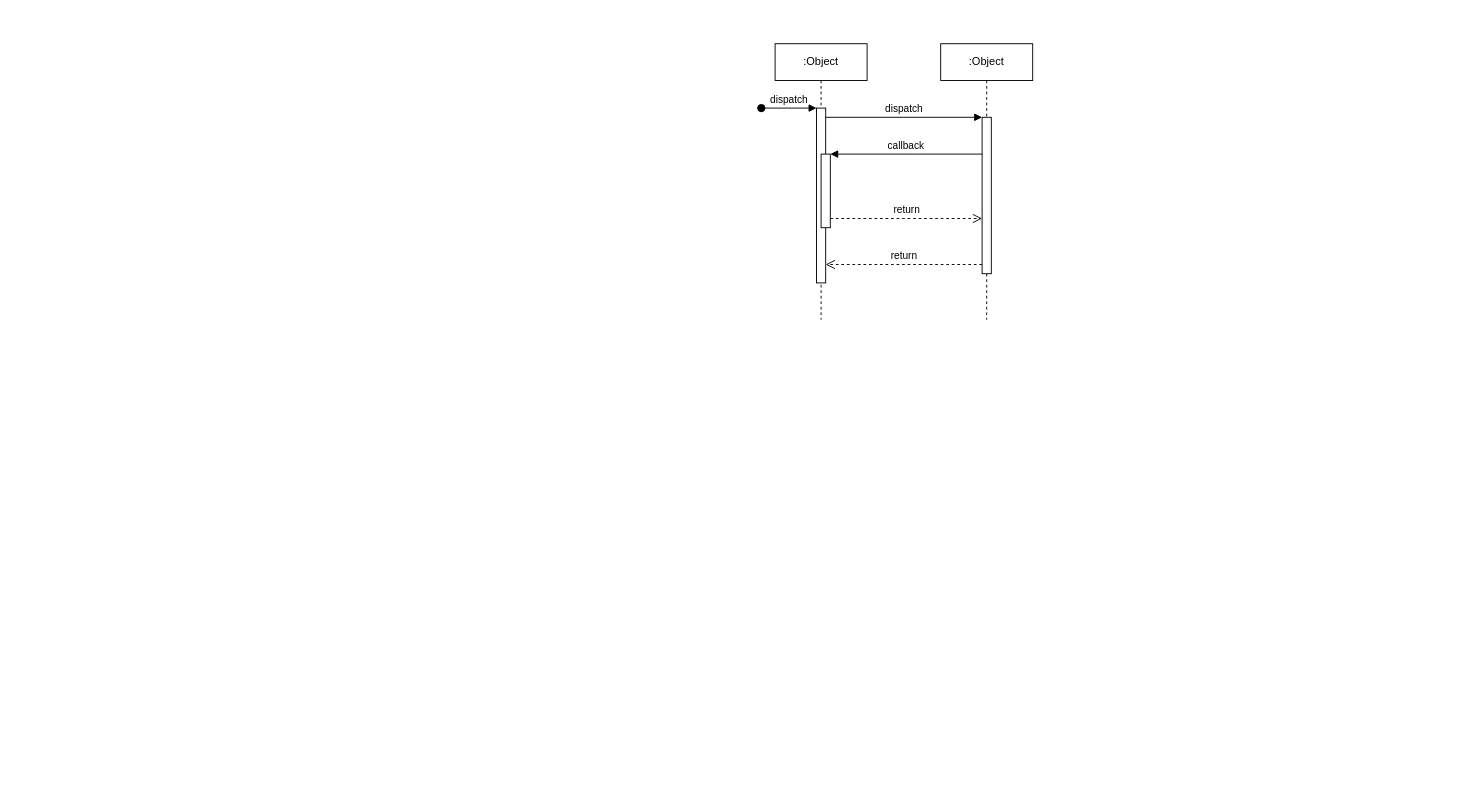
Above: Sequenced.drawio in sdthalagahawatte/Group-33-marketing-app (draw.io), before the change. Source tidied: cells renumbered, new cells numbered last; positions are measured from the earlier drawing's top-left corner, leaving out a move shared by most shapes. Both pictures are drawn from the tidied source at 92%, with x=0, y=0 at pixel (761, 43).
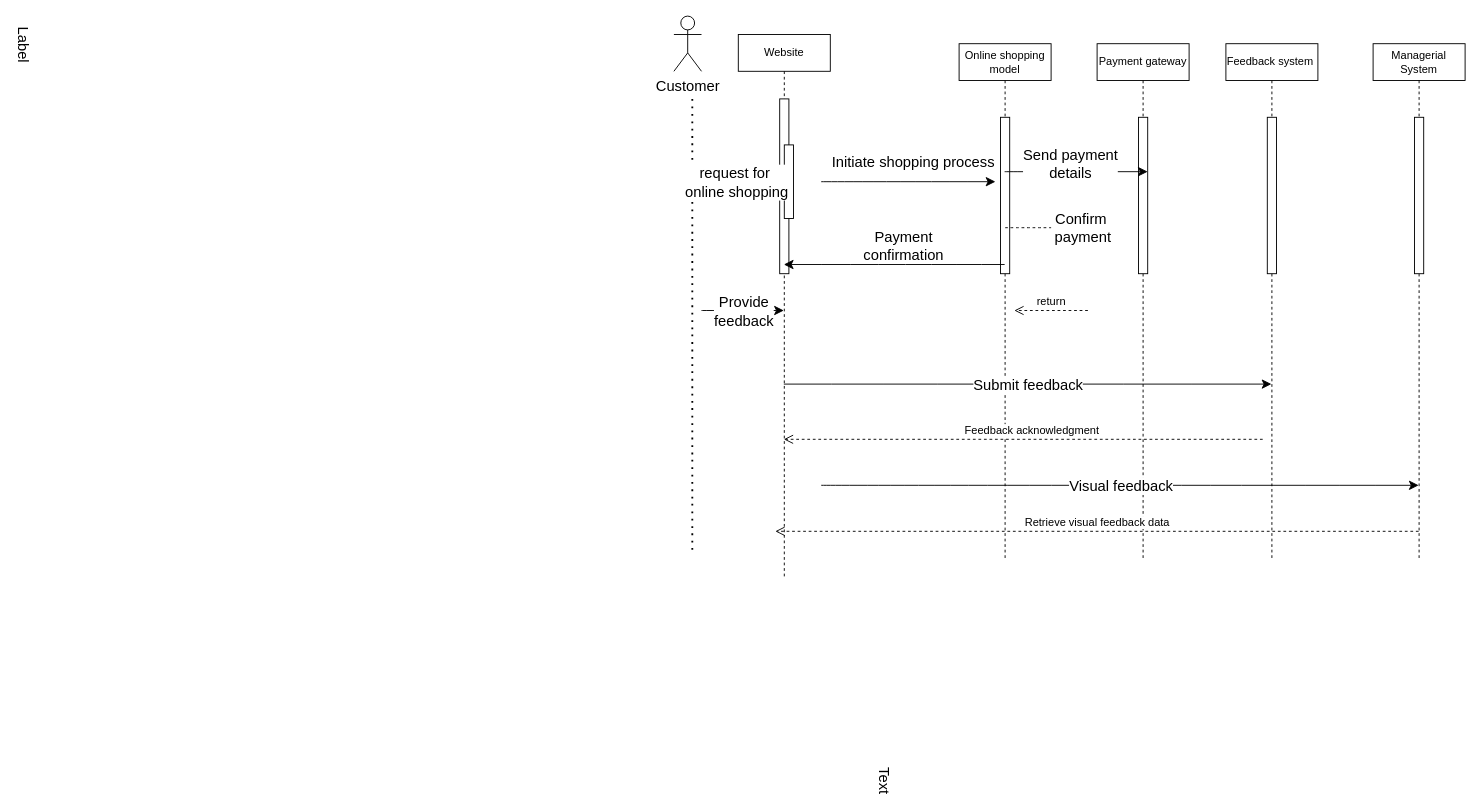
The same page after the edit.

Unchanged cells that the change refers to:
```xml
<mxCell id="3" style="html=1;points=[];perimeter=orthogonalPerimeter;outlineConnect=0;targetShapes=umlLifeline;portConstraint=eastwest;newEdgeStyle={&quot;edgeStyle&quot;:&quot;elbowEdgeStyle&quot;,&quot;elbow&quot;:&quot;vertical&quot;,&quot;curved&quot;:0,&quot;rounded&quot;:0};" parent="2" vertex="1">
  <mxGeometry x="45" y="70" width="10" height="190" as="geometry" />
</mxCell>
<mxCell id="5" style="html=1;points=[];perimeter=orthogonalPerimeter;outlineConnect=0;targetShapes=umlLifeline;portConstraint=eastwest;newEdgeStyle={&quot;edgeStyle&quot;:&quot;elbowEdgeStyle&quot;,&quot;elbow&quot;:&quot;vertical&quot;,&quot;curved&quot;:0,&quot;rounded&quot;:0};" parent="2" vertex="1">
  <mxGeometry x="50" y="120" width="10" height="80" as="geometry" />
</mxCell>
<mxCell id="7" style="html=1;points=[];perimeter=orthogonalPerimeter;outlineConnect=0;targetShapes=umlLifeline;portConstraint=eastwest;newEdgeStyle={&quot;edgeStyle&quot;:&quot;elbowEdgeStyle&quot;,&quot;elbow&quot;:&quot;vertical&quot;,&quot;curved&quot;:0,&quot;rounded&quot;:0};" parent="6" vertex="1">
  <mxGeometry x="45" y="80" width="10" height="170" as="geometry" />
</mxCell>
```

The edit, as a diff of the source:
```diff
@@
-    <mxCell id="2" value=":Object" style="shape=umlLifeline;perimeter=lifelinePerimeter;whiteSpace=wrap;html=1;outlineConnect=0;portConstraint=eastwest;newEdgeStyle={&quot;edgeStyle&quot;:&quot;elbowEdgeStyle&quot;,&quot;elbow&quot;:&quot;vertical&quot;,&quot;curved&quot;:0,&quot;rounded&quot;:0};" parent="1" vertex="1">
-      <mxGeometry x="15" width="100" height="300" as="geometry" />
+    <mxCell id="2" value="Website" style="shape=umlLifeline;perimeter=lifelinePerimeter;whiteSpace=wrap;html=1;outlineConnect=0;portConstraint=eastwest;newEdgeStyle={&quot;edgeStyle&quot;:&quot;elbowEdgeStyle&quot;,&quot;elbow&quot;:&quot;vertical&quot;,&quot;curved&quot;:0,&quot;rounded&quot;:0};" parent="1" vertex="1">
+      <mxGeometry x="-25" y="-10" width="100" height="590" as="geometry" />
     </mxCell>
@@
-    <mxCell id="4" value="dispatch" style="html=1;verticalAlign=bottom;startArrow=oval;endArrow=block;startSize=8;edgeStyle=elbowEdgeStyle;elbow=vertical;curved=0;rounded=0;" parent="2" edge="1" target="3">
-      <mxGeometry relative="1" as="geometry">
-        <mxPoint x="-15" y="70" as="sourcePoint" />
-      </mxGeometry>
-    </mxCell>
@@
-    <mxCell id="6" value=":Object" style="shape=umlLifeline;perimeter=lifelinePerimeter;whiteSpace=wrap;html=1;outlineConnect=0;portConstraint=eastwest;newEdgeStyle={&quot;edgeStyle&quot;:&quot;elbowEdgeStyle&quot;,&quot;elbow&quot;:&quot;vertical&quot;,&quot;curved&quot;:0,&quot;rounded&quot;:0};" parent="1" vertex="1">
-      <mxGeometry x="195" width="100" height="300" as="geometry" />
+    <mxCell id="6" value="Online shopping model" style="shape=umlLifeline;perimeter=lifelinePerimeter;whiteSpace=wrap;html=1;outlineConnect=0;portConstraint=eastwest;newEdgeStyle={&quot;edgeStyle&quot;:&quot;elbowEdgeStyle&quot;,&quot;elbow&quot;:&quot;vertical&quot;,&quot;curved&quot;:0,&quot;rounded&quot;:0};" parent="1" vertex="1">
+      <mxGeometry x="215" width="100" height="560" as="geometry" />
     </mxCell>
@@
-    <mxCell id="8" value="dispatch" style="html=1;verticalAlign=bottom;endArrow=block;edgeStyle=elbowEdgeStyle;elbow=vertical;curved=0;rounded=0;" parent="1" edge="1" source="3" target="7">
-      <mxGeometry relative="1" as="geometry">
-        <Array as="points">
-          <mxPoint x="155" y="80" />
-        </Array>
-      </mxGeometry>
-    </mxCell>
-    <mxCell id="9" value="return" style="html=1;verticalAlign=bottom;endArrow=open;dashed=1;endSize=8;edgeStyle=elbowEdgeStyle;elbow=vertical;curved=0;rounded=0;" parent="1" edge="1" source="7" target="3">
-      <mxGeometry relative="1" as="geometry">
-        <Array as="points">
-          <mxPoint x="165" y="240" />
-        </Array>
-      </mxGeometry>
-    </mxCell>
-    <mxCell id="10" value="callback" style="html=1;verticalAlign=bottom;endArrow=block;edgeStyle=elbowEdgeStyle;elbow=vertical;curved=0;rounded=0;" parent="1" edge="1" source="7" target="5">
-      <mxGeometry relative="1" as="geometry">
-        <Array as="points">
-          <mxPoint x="165" y="120" />
-        </Array>
-      </mxGeometry>
-    </mxCell>
-    <mxCell id="11" value="return" style="html=1;verticalAlign=bottom;endArrow=open;dashed=1;endSize=8;edgeStyle=elbowEdgeStyle;elbow=vertical;curved=0;rounded=0;" parent="1" edge="1" source="5" target="7">
-      <mxGeometry relative="1" as="geometry">
-        <Array as="points">
-          <mxPoint x="155" y="190" />
-        </Array>
-      </mxGeometry>
-    </mxCell>
+    <mxCell id="12" value="Customer" style="shape=umlActor;verticalLabelPosition=bottom;verticalAlign=top;html=1;fontSize=16;" parent="1" vertex="1">
+      <mxGeometry x="-95" y="-30" width="30" height="60" as="geometry" />
+    </mxCell>
+    <mxCell id="13" value="Payment gateway" style="shape=umlLifeline;perimeter=lifelinePerimeter;whiteSpace=wrap;html=1;newEdgeStyle={&quot;edgeStyle&quot;:&quot;elbowEdgeStyle&quot;,&quot;elbow&quot;:&quot;vertical&quot;,&quot;curved&quot;:0,&quot;rounded&quot;:0};" parent="1" vertex="1">
+      <mxGeometry x="365" width="100" height="560" as="geometry" />
+    </mxCell>
+    <mxCell id="14" style="html=1;perimeter=orthogonalPerimeter;targetShapes=umlLifeline;newEdgeStyle={&quot;edgeStyle&quot;:&quot;elbowEdgeStyle&quot;,&quot;elbow&quot;:&quot;vertical&quot;,&quot;curved&quot;:0,&quot;rounded&quot;:0};" parent="13" vertex="1">
+      <mxGeometry x="45" y="80" width="10" height="170" as="geometry" />
+    </mxCell>
+    <mxCell id="15" value="Feedback system&amp;nbsp;" style="shape=umlLifeline;perimeter=lifelinePerimeter;whiteSpace=wrap;html=1;outlineConnect=0;portConstraint=eastwest;newEdgeStyle={&quot;edgeStyle&quot;:&quot;elbowEdgeStyle&quot;,&quot;elbow&quot;:&quot;vertical&quot;,&quot;curved&quot;:0,&quot;rounded&quot;:0};" parent="1" vertex="1">
+      <mxGeometry x="505" width="100" height="560" as="geometry" />
+    </mxCell>
+    <mxCell id="16" style="html=1;perimeter=orthogonalPerimeter;targetShapes=umlLifeline;newEdgeStyle={&quot;edgeStyle&quot;:&quot;elbowEdgeStyle&quot;,&quot;elbow&quot;:&quot;vertical&quot;,&quot;curved&quot;:0,&quot;rounded&quot;:0};" parent="15" vertex="1">
+      <mxGeometry x="45" y="80" width="10" height="170" as="geometry" />
+    </mxCell>
+    <mxCell id="17" value="Managerial&lt;br&gt;System" style="shape=umlLifeline;perimeter=lifelinePerimeter;whiteSpace=wrap;html=1;outlineConnect=0;portConstraint=eastwest;newEdgeStyle={&quot;edgeStyle&quot;:&quot;elbowEdgeStyle&quot;,&quot;elbow&quot;:&quot;vertical&quot;,&quot;curved&quot;:0,&quot;rounded&quot;:0};" parent="1" vertex="1">
+      <mxGeometry x="665" width="100" height="560" as="geometry" />
+    </mxCell>
+    <mxCell id="18" style="html=1;perimeter=orthogonalPerimeter;targetShapes=umlLifeline;newEdgeStyle={&quot;edgeStyle&quot;:&quot;elbowEdgeStyle&quot;,&quot;elbow&quot;:&quot;vertical&quot;,&quot;curved&quot;:0,&quot;rounded&quot;:0};" parent="17" vertex="1">
+      <mxGeometry x="45" y="80" width="10" height="170" as="geometry" />
+    </mxCell>
+    <mxCell id="19" style="endArrow=none;dashed=1;html=1;dashPattern=1 3;strokeWidth=2;rounded=0;fontSize=12;startSize=8;endSize=8;curved=1;" parent="1" edge="1">
+      <mxGeometry relative="1" as="geometry">
+        <mxPoint x="-75" y="550" as="sourcePoint" />
+        <mxPoint x="-75" y="60" as="targetPoint" />
+      </mxGeometry>
+    </mxCell>
+    <mxCell id="20" value="Text" style="edgeLabel;html=1;align=center;verticalAlign=middle;fontSize=16;rotation=90;" parent="19" vertex="1">
+      <mxGeometry x="-1" y="-14" relative="1" as="geometry">
+        <mxPoint x="196" y="250" as="offset" />
+      </mxGeometry>
+    </mxCell>
+    <mxCell id="21" style="endArrow=classic;html=1;rounded=0;fontSize=12;startSize=8;endSize=8;curved=1;" parent="1" edge="1">
+      <mxGeometry relative="1" as="geometry">
+        <mxPoint x="65" y="150" as="sourcePoint" />
+        <mxPoint x="254.5" y="150" as="targetPoint" />
+      </mxGeometry>
+    </mxCell>
+    <mxCell id="22" value="Label" style="edgeLabel;html=1;align=center;verticalAlign=middle;fontSize=16;rotation=90;" parent="21" vertex="1">
+      <mxGeometry relative="1" as="geometry">
+        <mxPoint x="-960" y="-150" as="offset" />
+      </mxGeometry>
+    </mxCell>
+    <mxCell id="23" value="Initiate shopping process" style="edgeLabel;html=1;align=left;verticalAlign=bottom;fontSize=16;" parent="21" vertex="1">
+      <mxGeometry x="-1" relative="1" as="geometry">
+        <mxPoint x="10" y="-10" as="offset" />
+      </mxGeometry>
+    </mxCell>
+    <mxCell id="24" style="endArrow=classic;html=1;rounded=0;fontSize=12;startSize=8;endSize=8;curved=1;" parent="1" edge="1" target="2">
+      <mxGeometry relative="1" as="geometry">
+        <mxPoint x="-85" y="150" as="sourcePoint" />
+      </mxGeometry>
+    </mxCell>
+    <mxCell id="25" value="request for&lt;br&gt;&amp;nbsp;online shopping" style="edgeLabel;html=1;align=center;verticalAlign=middle;fontSize=16;" parent="24" vertex="1">
+      <mxGeometry relative="1" as="geometry" />
+    </mxCell>
+    <mxCell id="26" style="endArrow=classic;html=1;rounded=0;fontSize=12;startSize=8;endSize=8;curved=1;" parent="1" edge="1" source="6">
+      <mxGeometry relative="1" as="geometry">
+        <mxPoint x="420" y="139.1" as="targetPoint" />
+      </mxGeometry>
+    </mxCell>
+    <mxCell id="27" value="Send payment &lt;br&gt;details" style="edgeLabel;html=1;align=center;verticalAlign=middle;fontSize=16;" parent="26" vertex="1">
+      <mxGeometry relative="1" as="geometry">
+        <mxPoint x="-7" y="-9" as="offset" />
+      </mxGeometry>
+    </mxCell>
+    <mxCell id="28" style="endArrow=none;dashed=1;html=1;rounded=0;fontSize=12;startSize=8;endSize=8;curved=1;" parent="1" edge="1" target="29">
+      <mxGeometry relative="1" as="geometry">
+        <mxPoint x="265" y="200" as="sourcePoint" />
+      </mxGeometry>
+    </mxCell>
+    <mxCell id="29" value="Confirm&amp;nbsp; payment" style="text;strokeColor=none;fillColor=none;html=1;align=center;verticalAlign=middle;whiteSpace=wrap;rounded=0;fontSize=16;" parent="1" vertex="1">
+      <mxGeometry x="315" y="190" width="70" height="20" as="geometry" />
+    </mxCell>
+    <mxCell id="30" style="endArrow=classic;html=1;rounded=0;fontSize=12;startSize=8;endSize=8;curved=1;" parent="1" edge="1" source="6" target="2">
+      <mxGeometry relative="1" as="geometry">
+        <Array as="points">
+          <mxPoint x="165" y="240" />
+        </Array>
+      </mxGeometry>
+    </mxCell>
+    <mxCell id="31" value="Payment confirmation" style="text;strokeColor=none;fillColor=none;html=1;align=center;verticalAlign=middle;whiteSpace=wrap;rounded=0;fontSize=16;" parent="1" vertex="1">
+      <mxGeometry x="125" y="200" width="60" height="40" as="geometry" />
+    </mxCell>
+    <mxCell id="32" style="endArrow=classic;html=1;rounded=0;fontSize=12;startSize=8;endSize=8;curved=1;" parent="1" edge="1" target="2">
+      <mxGeometry relative="1" as="geometry">
+        <mxPoint x="-65" y="290" as="sourcePoint" />
+      </mxGeometry>
+    </mxCell>
+    <mxCell id="33" value="Provide &lt;br&gt;feedback" style="edgeLabel;html=1;align=center;verticalAlign=middle;fontSize=16;" parent="32" vertex="1">
+      <mxGeometry relative="1" as="geometry" />
+    </mxCell>
+    <mxCell id="34" style="endArrow=classic;html=1;rounded=0;fontSize=12;startSize=8;endSize=8;curved=1;" parent="1" edge="1" source="2" target="15">
+      <mxGeometry relative="1" as="geometry">
+        <Array as="points">
+          <mxPoint x="225" y="370" />
+        </Array>
+      </mxGeometry>
+    </mxCell>
+    <mxCell id="35" value="Submit feedback" style="edgeLabel;html=1;align=center;verticalAlign=middle;fontSize=16;" parent="34" vertex="1">
+      <mxGeometry relative="1" as="geometry" />
+    </mxCell>
+    <mxCell id="36" value="return" style="html=1;verticalAlign=bottom;endArrow=open;dashed=1;endSize=8;curved=0;rounded=0;fontSize=12;" parent="1" edge="1">
+      <mxGeometry relative="1" as="geometry">
+        <mxPoint x="355" y="290" as="sourcePoint" />
+        <mxPoint x="275" y="290" as="targetPoint" />
+      </mxGeometry>
+    </mxCell>
+    <mxCell id="37" value="Feedback acknowledgment" style="html=1;verticalAlign=bottom;endArrow=open;dashed=1;endSize=8;curved=0;rounded=0;fontSize=12;" parent="1" edge="1" target="2">
+      <mxGeometry x="-0.04" relative="1" as="geometry">
+        <mxPoint x="545" y="430" as="sourcePoint" />
+        <mxPoint x="-1" as="offset" />
+      </mxGeometry>
+    </mxCell>
+    <mxCell id="38" style="endArrow=classic;html=1;rounded=0;fontSize=12;startSize=8;endSize=8;curved=1;" parent="1" edge="1" target="17">
+      <mxGeometry relative="1" as="geometry">
+        <mxPoint x="65" y="480" as="sourcePoint" />
+      </mxGeometry>
+    </mxCell>
+    <mxCell id="39" value="Visual feedback" style="edgeLabel;html=1;align=center;verticalAlign=middle;fontSize=16;" parent="38" vertex="1">
+      <mxGeometry relative="1" as="geometry" />
+    </mxCell>
+    <mxCell id="40" value="Retrieve visual feedback data" style="html=1;verticalAlign=bottom;endArrow=open;dashed=1;endSize=8;curved=0;rounded=0;fontSize=12;" parent="1" edge="1" source="17">
+      <mxGeometry relative="1" as="geometry">
+        <mxPoint x="15.2" y="530" as="targetPoint" />
+      </mxGeometry>
+    </mxCell>
```
